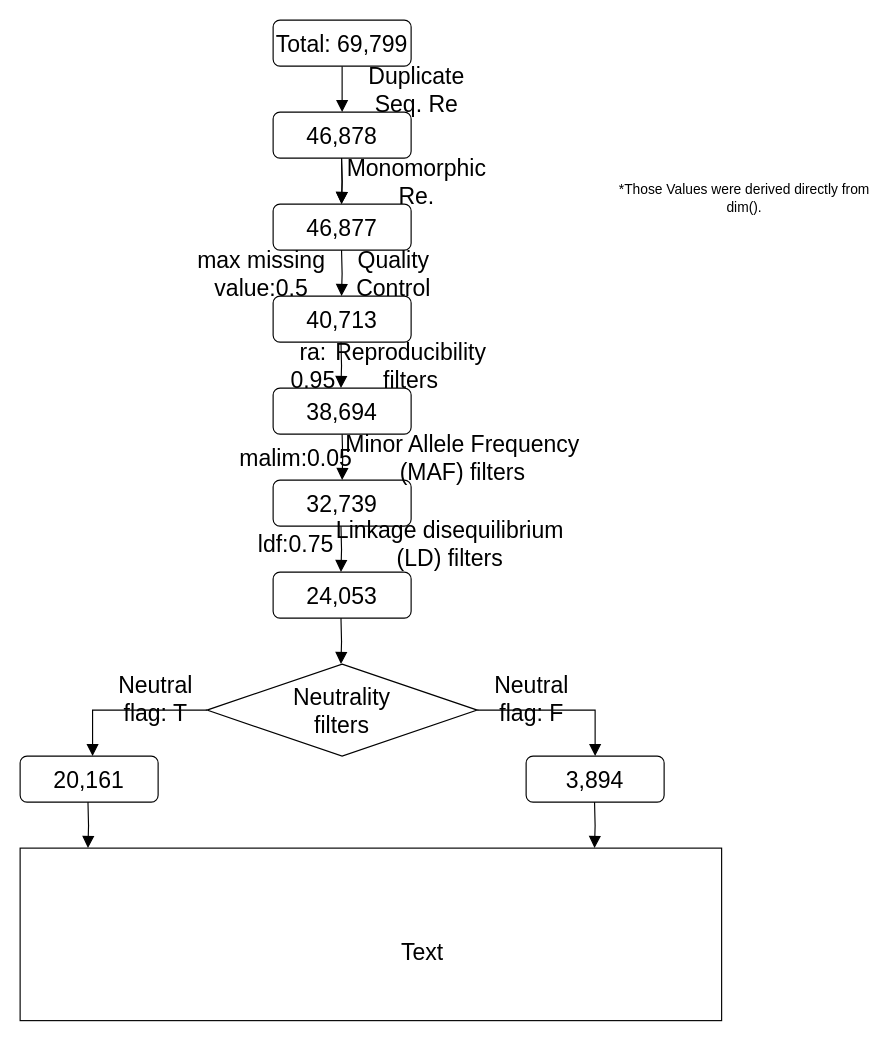
Above: RESULTS/Diagram/Diagram.drawio in annabellisa/buffel_burning (draw.io), before the change. Source tidied: cells renumbered, new cells numbered last; positions are measured from the earlier drawing's top-left corner, leaving out a move shared by most shapes. Both pictures are drawn from the tidied source at 115%, with x=0, y=0 at pixel (20, 20).
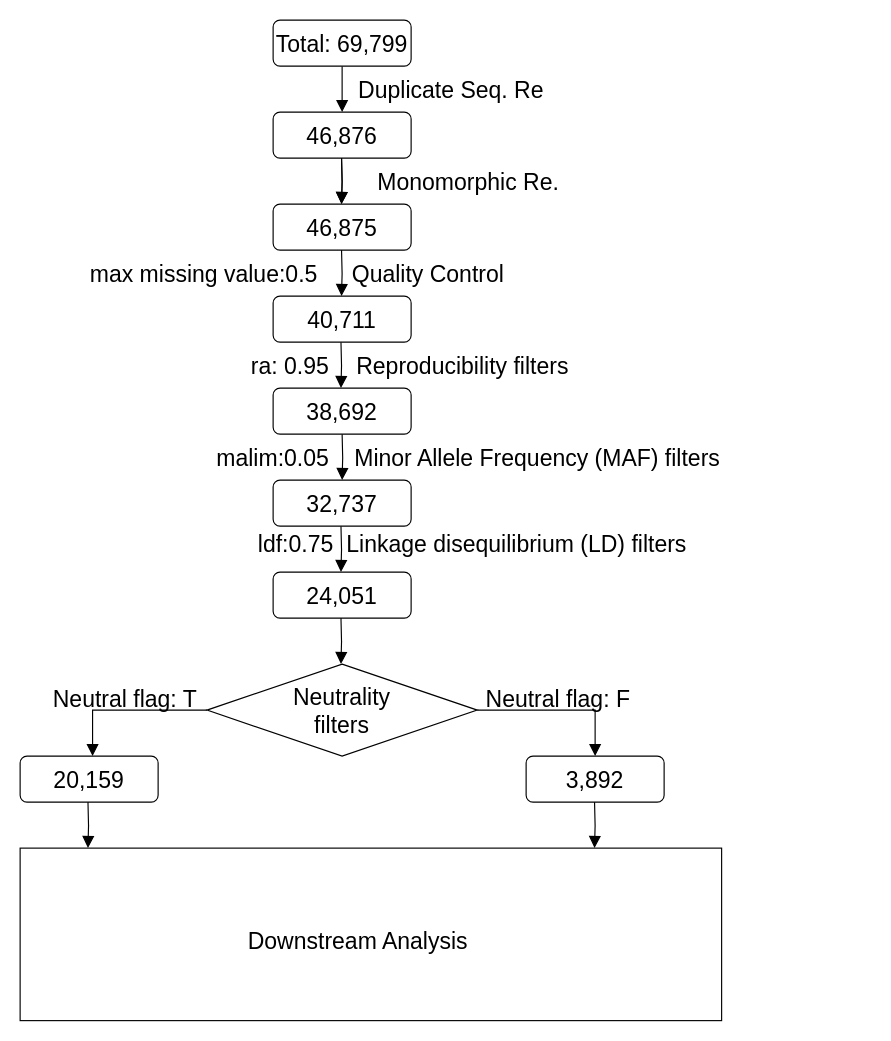
After the change.

What changed in the source:
```diff
@@
-    <mxCell id="4" value="46,877" style="rounded=1;whiteSpace=wrap;html=1;fontSize=20;glass=0;strokeWidth=1;shadow=0;" parent="1" vertex="1">
+    <mxCell id="4" value="46,875" style="rounded=1;whiteSpace=wrap;html=1;fontSize=20;glass=0;strokeWidth=1;shadow=0;" parent="1" vertex="1">
       <mxGeometry x="220" y="160" width="120" height="40" as="geometry" />
     </mxCell>
-    <mxCell id="5" value="46,878" style="rounded=1;whiteSpace=wrap;html=1;strokeWidth=1;fontSize=20;" parent="1" vertex="1">
+    <mxCell id="5" value="46,876" style="rounded=1;whiteSpace=wrap;html=1;strokeWidth=1;fontSize=20;" parent="1" vertex="1">
       <mxGeometry x="220" y="80" width="120" height="40" as="geometry" />
     </mxCell>
     <mxCell id="6" value="Duplicate Seq. Re" style="text;html=1;strokeColor=none;fillColor=none;align=center;verticalAlign=middle;whiteSpace=wrap;rounded=0;strokeWidth=1;fontSize=20;" parent="1" vertex="1">
-      <mxGeometry x="290" y="50" width="110" height="20" as="geometry" />
+      <mxGeometry x="290" y="50" width="170" height="20" as="geometry" />
     </mxCell>
@@
     <mxCell id="8" value="Monomorphic Re." style="text;html=1;strokeColor=none;fillColor=none;align=center;verticalAlign=middle;whiteSpace=wrap;rounded=0;strokeWidth=1;fontSize=20;" parent="1" vertex="1">
-      <mxGeometry x="290" y="130" width="110" height="20" as="geometry" />
+      <mxGeometry x="290" y="130" width="200" height="20" as="geometry" />
     </mxCell>
@@
-    <mxCell id="15" value="40,713" style="rounded=1;whiteSpace=wrap;html=1;fontSize=20;glass=0;strokeWidth=1;shadow=0;" parent="1" vertex="1">
+    <mxCell id="15" value="40,711" style="rounded=1;whiteSpace=wrap;html=1;fontSize=20;glass=0;strokeWidth=1;shadow=0;" parent="1" vertex="1">
       <mxGeometry x="220" y="240" width="120" height="40" as="geometry" />
     </mxCell>
     <mxCell id="16" value="Quality Control" style="text;html=1;strokeColor=none;fillColor=none;align=center;verticalAlign=middle;whiteSpace=wrap;rounded=0;strokeWidth=1;fontSize=20;" parent="1" vertex="1">
-      <mxGeometry x="270" y="210" width="110" height="20" as="geometry" />
+      <mxGeometry x="270" y="210" width="170" height="20" as="geometry" />
     </mxCell>
@@
     <mxCell id="18" value="max missing value:0.5" style="text;html=1;strokeColor=none;fillColor=none;align=center;verticalAlign=middle;whiteSpace=wrap;rounded=0;strokeWidth=1;fontSize=20;" parent="1" vertex="1">
-      <mxGeometry x="140" y="210" width="140" height="20" as="geometry" />
+      <mxGeometry x="40" y="210" width="240" height="20" as="geometry" />
     </mxCell>
     <mxCell id="19" value="Reproducibility filters" style="text;html=1;strokeColor=none;fillColor=none;align=center;verticalAlign=middle;whiteSpace=wrap;rounded=0;strokeWidth=1;fontSize=20;" parent="1" vertex="1">
-      <mxGeometry x="280" y="290" width="120" height="20" as="geometry" />
+      <mxGeometry x="250" y="290" width="270" height="20" as="geometry" />
     </mxCell>
     <mxCell id="20" value="ra: 0.95" style="text;html=1;strokeColor=none;fillColor=none;align=center;verticalAlign=middle;whiteSpace=wrap;rounded=0;strokeWidth=1;fontSize=20;" parent="1" vertex="1">
-      <mxGeometry x="230" y="290" width="50" height="20" as="geometry" />
+      <mxGeometry x="190" y="290" width="90" height="20" as="geometry" />
     </mxCell>
-    <mxCell id="21" value="38,694" style="rounded=1;whiteSpace=wrap;html=1;fontSize=20;glass=0;strokeWidth=1;shadow=0;" parent="1" vertex="1">
+    <mxCell id="21" value="38,692" style="rounded=1;whiteSpace=wrap;html=1;fontSize=20;glass=0;strokeWidth=1;shadow=0;" parent="1" vertex="1">
       <mxGeometry x="220" y="320" width="120" height="40" as="geometry" />
     </mxCell>
-    <mxCell id="22" value="32,739" style="rounded=1;whiteSpace=wrap;html=1;fontSize=20;glass=0;strokeWidth=1;shadow=0;" parent="1" vertex="1">
+    <mxCell id="22" value="32,737" style="rounded=1;whiteSpace=wrap;html=1;fontSize=20;glass=0;strokeWidth=1;shadow=0;" parent="1" vertex="1">
       <mxGeometry x="220" y="400" width="120" height="40" as="geometry" />
     </mxCell>
     <mxCell id="23" value="Minor Allele Frequency (MAF) filters" style="text;html=1;strokeColor=none;fillColor=none;align=center;verticalAlign=middle;whiteSpace=wrap;rounded=0;strokeWidth=1;fontSize=20;" parent="1" vertex="1">
-      <mxGeometry x="280" y="370" width="210" height="20" as="geometry" />
+      <mxGeometry x="280" y="370" width="340" height="20" as="geometry" />
     </mxCell>
     <mxCell id="24" value="malim:0.05" style="text;html=1;strokeColor=none;fillColor=none;align=center;verticalAlign=middle;whiteSpace=wrap;rounded=0;strokeWidth=1;fontSize=20;" parent="1" vertex="1">
-      <mxGeometry x="200" y="370" width="80" height="20" as="geometry" />
+      <mxGeometry x="180" y="370" width="80" height="20" as="geometry" />
     </mxCell>
@@
     <mxCell id="29" value="Linkage disequilibrium (LD) filters" style="text;html=1;strokeColor=none;fillColor=none;align=center;verticalAlign=middle;whiteSpace=wrap;rounded=0;strokeWidth=1;fontSize=20;" parent="1" vertex="1">
-      <mxGeometry x="274" y="430" width="200" height="50" as="geometry" />
+      <mxGeometry x="274" y="430" width="316" height="50" as="geometry" />
     </mxCell>
-    <mxCell id="30" value="24,053" style="rounded=1;whiteSpace=wrap;html=1;fontSize=20;glass=0;strokeWidth=1;shadow=0;" parent="1" vertex="1">
+    <mxCell id="30" value="24,051" style="rounded=1;whiteSpace=wrap;html=1;fontSize=20;glass=0;strokeWidth=1;shadow=0;" parent="1" vertex="1">
       <mxGeometry x="220" y="480" width="120" height="40" as="geometry" />
     </mxCell>
@@
     <mxCell id="33" value="Neutral flag: T" style="text;html=1;strokeColor=none;fillColor=none;align=center;verticalAlign=middle;whiteSpace=wrap;rounded=0;strokeWidth=1;fontSize=20;" parent="1" vertex="1">
-      <mxGeometry x="72.5" y="580" width="90" height="20" as="geometry" />
+      <mxGeometry x="20" y="580" width="142.5" height="20" as="geometry" />
     </mxCell>
     <mxCell id="34" value="Neutral flag: F" style="text;html=1;strokeColor=none;fillColor=none;align=center;verticalAlign=middle;whiteSpace=wrap;rounded=0;strokeWidth=1;fontSize=20;" parent="1" vertex="1">
-      <mxGeometry x="400" y="580" width="90" height="20" as="geometry" />
+      <mxGeometry x="397.5" y="580" width="140" height="20" as="geometry" />
     </mxCell>
-    <mxCell id="35" value="20,161" style="rounded=1;whiteSpace=wrap;html=1;fontSize=20;glass=0;strokeWidth=1;shadow=0;" parent="1" vertex="1">
+    <mxCell id="35" value="20,159" style="rounded=1;whiteSpace=wrap;html=1;fontSize=20;glass=0;strokeWidth=1;shadow=0;" parent="1" vertex="1">
       <mxGeometry y="640" width="120" height="40" as="geometry" />
     </mxCell>
-    <mxCell id="36" value="3,894" style="rounded=1;whiteSpace=wrap;html=1;fontSize=20;glass=0;strokeWidth=1;shadow=0;" parent="1" vertex="1">
+    <mxCell id="36" value="3,892" style="rounded=1;whiteSpace=wrap;html=1;fontSize=20;glass=0;strokeWidth=1;shadow=0;" parent="1" vertex="1">
       <mxGeometry x="440" y="640" width="120" height="40" as="geometry" />
     </mxCell>
-    <mxCell id="37" value="*Those Values were derived directly from dim()." style="text;html=1;strokeColor=none;fillColor=none;align=center;verticalAlign=middle;whiteSpace=wrap;rounded=0;" parent="1" vertex="1">
-      <mxGeometry x="520" y="100" width="220" height="110" as="geometry" />
-    </mxCell>
@@
-    <mxCell id="39" value="Text" style="text;html=1;strokeColor=none;fillColor=none;align=center;verticalAlign=middle;whiteSpace=wrap;rounded=0;fontSize=20;" parent="1" vertex="1">
-      <mxGeometry x="170" y="780" width="360" height="60" as="geometry" />
+    <mxCell id="39" value="Downstream Analysis" style="text;html=1;strokeColor=none;fillColor=none;align=center;verticalAlign=middle;whiteSpace=wrap;rounded=0;fontSize=20;" parent="1" vertex="1">
+      <mxGeometry x="114" y="770" width="360" height="60" as="geometry" />
     </mxCell>
```
